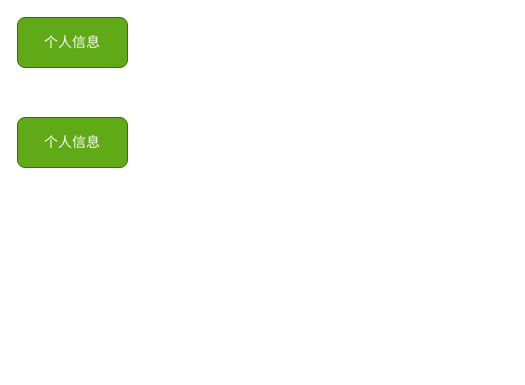
This is FLASK/d03心理学智能评测.drawio from redcomet88/DRAW, a draw.io file, before an edit. Source tidied: cells renumbered, new cells numbered last; positions are measured from the earlier drawing's top-left corner, leaving out a move shared by most shapes. Both pictures are drawn from the tidied source at 100%, with x=0, y=0 at pixel (17, 17).
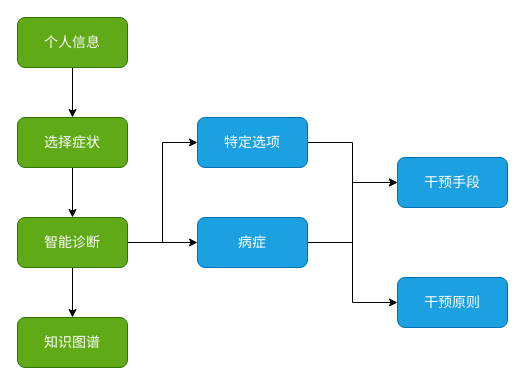
Above is the later version.

Commit message (it also covers changes not shown here):
更新d03心理学智能评测.drawio

The edit, as a diff of the source:
```diff
@@
 <mxGraphModel>
   <root>
     <mxCell id="0" />
     <mxCell id="1" parent="0" />
+    <mxCell id="4" style="edgeStyle=orthogonalEdgeStyle;rounded=0;jettySize=auto;html=1;fontSize=14;fontColor=#000000;" parent="1" edge="1" source="2" target="3">
+      <mxGeometry relative="1" as="geometry" />
+    </mxCell>
     <mxCell id="2" value="个人信息" style="rounded=1;whiteSpace=wrap;html=1;fillColor=#60a917;strokeColor=#2D7600;fontColor=#ffffff;fontSize=14;" parent="1" vertex="1">
       <mxGeometry width="110" height="50" as="geometry" />
     </mxCell>
+    <mxCell id="5" style="edgeStyle=orthogonalEdgeStyle;rounded=0;jettySize=auto;html=1;fontSize=14;fontColor=#000000;" parent="1" edge="1" source="3" target="9">
+      <mxGeometry relative="1" as="geometry" />
+    </mxCell>
-    <mxCell id="3" value="个人信息" style="rounded=1;whiteSpace=wrap;html=1;fillColor=#60a917;strokeColor=#2D7600;fontColor=#ffffff;fontSize=14;" parent="1" vertex="1">
+    <mxCell id="3" value="选择症状" style="rounded=1;whiteSpace=wrap;html=1;fillColor=#60a917;strokeColor=#2D7600;fontColor=#ffffff;fontSize=14;" parent="1" vertex="1">
       <mxGeometry y="100" width="110" height="50" as="geometry" />
     </mxCell>
+    <mxCell id="6" style="edgeStyle=orthogonalEdgeStyle;rounded=0;jettySize=auto;html=1;fontSize=14;fontColor=#000000;" parent="1" edge="1" source="9" target="10">
+      <mxGeometry relative="1" as="geometry" />
+    </mxCell>
+    <mxCell id="7" style="edgeStyle=orthogonalEdgeStyle;rounded=0;jettySize=auto;html=1;fontSize=14;fontColor=#000000;" parent="1" edge="1" source="9" target="13">
+      <mxGeometry relative="1" as="geometry" />
+    </mxCell>
+    <mxCell id="8" style="edgeStyle=orthogonalEdgeStyle;rounded=0;jettySize=auto;html=1;exitX=1;exitY=0.5;exitDx=0;exitDy=0;entryX=0;entryY=0.5;entryDx=0;entryDy=0;fontSize=14;fontColor=#000000;" parent="1" edge="1" source="9" target="17">
+      <mxGeometry relative="1" as="geometry" />
+    </mxCell>
+    <mxCell id="9" value="智能诊断" style="rounded=1;whiteSpace=wrap;html=1;fillColor=#60a917;strokeColor=#2D7600;fontColor=#ffffff;fontSize=14;" parent="1" vertex="1">
+      <mxGeometry y="200" width="110" height="50" as="geometry" />
+    </mxCell>
+    <mxCell id="10" value="知识图谱" style="rounded=1;whiteSpace=wrap;html=1;fillColor=#60a917;strokeColor=#2D7600;fontColor=#ffffff;fontSize=14;" parent="1" vertex="1">
+      <mxGeometry y="300" width="110" height="50" as="geometry" />
+    </mxCell>
+    <mxCell id="11" style="edgeStyle=orthogonalEdgeStyle;rounded=0;jettySize=auto;html=1;exitX=1;exitY=0.5;exitDx=0;exitDy=0;entryX=0;entryY=0.5;entryDx=0;entryDy=0;fontSize=14;fontColor=#000000;" parent="1" edge="1" source="13" target="15">
+      <mxGeometry relative="1" as="geometry" />
+    </mxCell>
+    <mxCell id="12" style="edgeStyle=orthogonalEdgeStyle;rounded=0;jettySize=auto;html=1;exitX=1;exitY=0.5;exitDx=0;exitDy=0;entryX=0;entryY=0.5;entryDx=0;entryDy=0;fontSize=14;fontColor=#000000;" parent="1" edge="1" source="13" target="14">
+      <mxGeometry relative="1" as="geometry" />
+    </mxCell>
+    <mxCell id="13" value="病症" style="rounded=1;whiteSpace=wrap;html=1;fillColor=#1ba1e2;strokeColor=#006EAF;fontColor=#ffffff;fontSize=14;" parent="1" vertex="1">
+      <mxGeometry x="180" y="200" width="110" height="50" as="geometry" />
+    </mxCell>
+    <mxCell id="14" value="干预手段" style="rounded=1;whiteSpace=wrap;html=1;fillColor=#1ba1e2;strokeColor=#006EAF;fontColor=#ffffff;fontSize=14;" parent="1" vertex="1">
+      <mxGeometry x="380" y="140" width="110" height="50" as="geometry" />
+    </mxCell>
+    <mxCell id="15" value="干预原则" style="rounded=1;whiteSpace=wrap;html=1;fillColor=#1ba1e2;strokeColor=#006EAF;fontColor=#ffffff;fontSize=14;" parent="1" vertex="1">
+      <mxGeometry x="380" y="260" width="110" height="50" as="geometry" />
+    </mxCell>
+    <mxCell id="16" style="edgeStyle=orthogonalEdgeStyle;rounded=0;jettySize=auto;html=1;exitX=1;exitY=0.5;exitDx=0;exitDy=0;entryX=0;entryY=0.5;entryDx=0;entryDy=0;fontSize=14;fontColor=#000000;" parent="1" edge="1" source="17" target="14">
+      <mxGeometry relative="1" as="geometry" />
+    </mxCell>
+    <mxCell id="17" value="特定选项" style="rounded=1;whiteSpace=wrap;html=1;fillColor=#1ba1e2;strokeColor=#006EAF;fontColor=#ffffff;fontSize=14;" parent="1" vertex="1">
+      <mxGeometry x="180" y="100" width="110" height="50" as="geometry" />
+    </mxCell>
   </root>
 </mxGraphModel>
```
